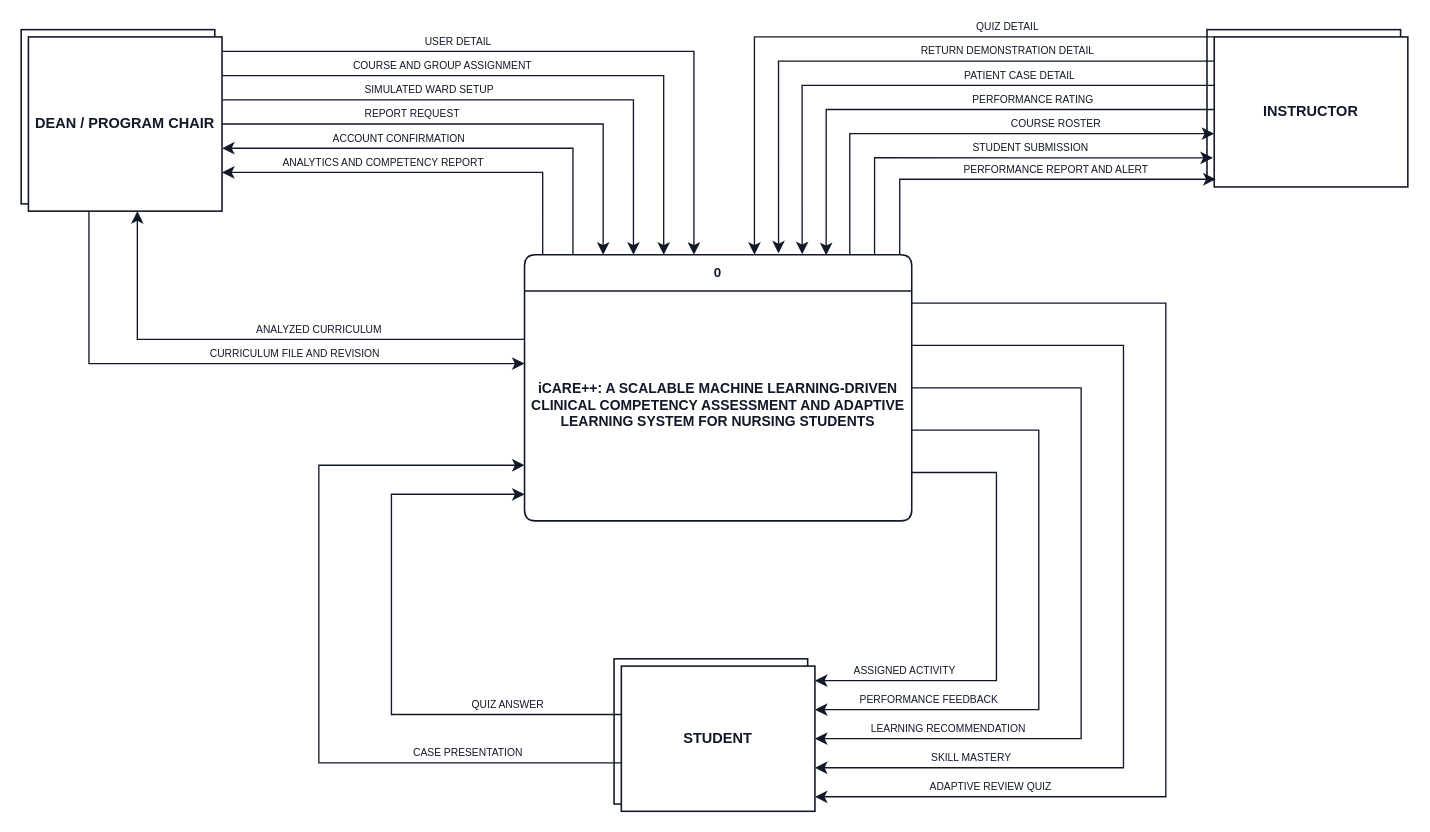
Earlier version of the draw.io diagram docs/diagrams/context-diagram.drawio (mdk-zero/icare). Source tidied: cells renumbered, new cells numbered last; positions are measured from the earlier drawing's top-left corner, leaving out a move shared by most shapes. Both pictures are drawn from the tidied source at 121%, with x=0, y=0 at pixel (21, 29).
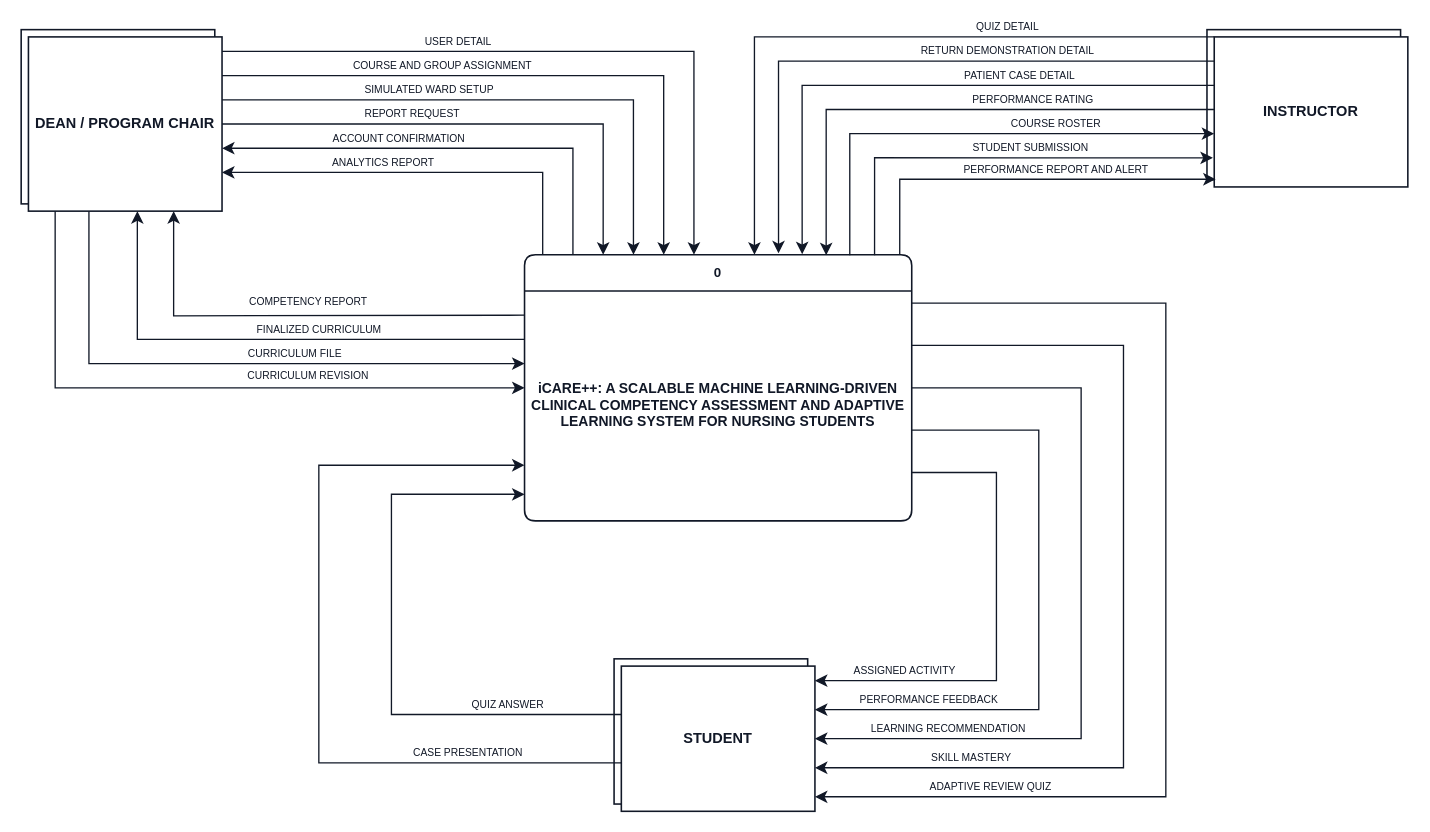
The same page after the edit.

Commit message (it also covers changes not shown here):
diagram revisions

The change refers to these unchanged cells:
```xml
<mxCell id="2" value="0" style="swimlane;rounded=1;arcSize=10;startSize=30;html=1;whiteSpace=wrap;fillColor=#ffffff;swimlaneFillColor=#ffffff;strokeColor=#111827;strokeWidth=1.3;fontSize=11;fontStyle=1;fontColor=#111827;fontFamily=Helvetica;" parent="1" vertex="1">
  <mxGeometry x="416" y="186" width="320" height="220" as="geometry" />
</mxCell>
<mxCell id="6" value="DEAN / PROGRAM CHAIR" style="rounded=0;html=1;whiteSpace=wrap;fillColor=#ffffff;strokeColor=#111827;strokeWidth=1.3;fontFamily=Helvetica;fontSize=12;fontStyle=1;fontColor=#111827;" parent="4" vertex="1">
  <mxGeometry x="6" y="6" width="160" height="144" as="geometry" />
</mxCell>
```

What changed in the source:
```diff
@@
-    <mxCell id="18" value="ANALYTICS AND COMPETENCY REPORT" style="edgeStyle=orthogonalEdgeStyle;rounded=0;html=1;jumpStyle=arc;jumpSize=9;strokeColor=#111827;strokeWidth=1.1;endArrow=classic;endFill=1;endSize=7;fontSize=8.5;fontColor=#111827;labelBackgroundColor=#ffffff;fontFamily=Helvetica;exitX=0.0469;exitY=0;exitDx=0;exitDy=0;entryX=1;entryY=0.7778;entryDx=0;entryDy=0;" parent="1" edge="1" source="2" target="6">
+    <mxCell id="18" value="ANALYTICS REPORT" style="edgeStyle=orthogonalEdgeStyle;rounded=0;html=1;jumpStyle=arc;jumpSize=9;strokeColor=#111827;strokeWidth=1.1;endArrow=classic;endFill=1;endSize=7;fontSize=8.5;fontColor=#111827;labelBackgroundColor=#ffffff;fontFamily=Helvetica;exitX=0.0469;exitY=0;exitDx=0;exitDy=0;entryX=1;entryY=0.7778;entryDx=0;entryDy=0;" parent="1" edge="1" source="2" target="6">
       <mxGeometry x="0.2" relative="1" as="geometry">
         <Array as="points">
           <mxPoint x="431" y="118" />
         </Array>
         <mxPoint y="-8" as="offset" />
       </mxGeometry>
     </mxCell>
@@
-    <mxCell id="33" value="CURRICULUM FILE AND REVISION" style="edgeStyle=orthogonalEdgeStyle;rounded=0;html=1;jumpStyle=arc;jumpSize=9;strokeColor=#111827;strokeWidth=1.1;endArrow=classic;endFill=1;endSize=7;fontSize=8.5;fontColor=#111827;labelBackgroundColor=#ffffff;fontFamily=Helvetica;exitX=0.3125;exitY=1.0;exitDx=0;exitDy=0;entryX=0.0;entryY=0.4091;entryDx=0;entryDy=0;" parent="1" edge="1" source="6" target="2">
+    <mxCell id="33" value="CURRICULUM FILE" style="edgeStyle=orthogonalEdgeStyle;rounded=0;html=1;jumpStyle=arc;jumpSize=9;strokeColor=#111827;strokeWidth=1.1;endArrow=classic;endFill=1;endSize=7;fontSize=8.5;fontColor=#111827;labelBackgroundColor=#ffffff;fontFamily=Helvetica;exitX=0.3125;exitY=1.0;exitDx=0;exitDy=0;entryX=0.0;entryY=0.4091;entryDx=0;entryDy=0;" parent="1" edge="1" source="6" target="2">
       <mxGeometry x="0.22" relative="1" as="geometry">
         <Array as="points">
           <mxPoint x="56" y="276" />
         </Array>
         <mxPoint y="-8" as="offset" />
       </mxGeometry>
     </mxCell>
-    <mxCell id="34" value="ANALYZED CURRICULUM" style="edgeStyle=orthogonalEdgeStyle;rounded=0;html=1;jumpStyle=arc;jumpSize=9;strokeColor=#111827;strokeWidth=1.1;endArrow=classic;endFill=1;endSize=7;fontSize=8.5;fontColor=#111827;labelBackgroundColor=#ffffff;fontFamily=Helvetica;exitX=0.0;exitY=0.3182;exitDx=0;exitDy=0;entryX=0.5625;entryY=1.0;entryDx=0;entryDy=0;" parent="1" edge="1" source="2" target="6">
+    <mxCell id="34" value="FINALIZED CURRICULUM" style="edgeStyle=orthogonalEdgeStyle;rounded=0;html=1;jumpStyle=arc;jumpSize=9;strokeColor=#111827;strokeWidth=1.1;endArrow=classic;endFill=1;endSize=7;fontSize=8.5;fontColor=#111827;labelBackgroundColor=#ffffff;fontFamily=Helvetica;exitX=0.0;exitY=0.3182;exitDx=0;exitDy=0;entryX=0.5625;entryY=1.0;entryDx=0;entryDy=0;" parent="1" edge="1" source="2" target="6">
       <mxGeometry x="-0.2" relative="1" as="geometry">
         <Array as="points">
           <mxPoint x="96" y="256" />
         </Array>
         <mxPoint y="-8" as="offset" />
       </mxGeometry>
     </mxCell>
+    <mxCell id="35" value="CURRICULUM REVISION" style="edgeStyle=orthogonalEdgeStyle;rounded=0;html=1;jumpStyle=arc;jumpSize=9;strokeColor=#111827;strokeWidth=1.1;endArrow=classic;endFill=1;endSize=7;fontSize=8.5;fontColor=#111827;labelBackgroundColor=#ffffff;fontFamily=Helvetica;exitX=0.138;exitY=1;exitDx=0;exitDy=0;exitPerimeter=0;entryX=0;entryY=0.5;entryDx=0;entryDy=0;" parent="1" edge="1" source="6" target="2">
+      <mxGeometry x="0.33" y="10" relative="1" as="geometry">
+        <Array as="points">
+          <mxPoint x="28.1" y="296" />
+        </Array>
+      </mxGeometry>
+    </mxCell>
+    <mxCell id="36" value="COMPETENCY REPORT" style="edgeStyle=orthogonalEdgeStyle;rounded=0;html=1;jumpStyle=arc;jumpSize=9;strokeColor=#111827;strokeWidth=1.1;endArrow=classic;endFill=1;endSize=7;fontSize=8.5;fontColor=#111827;labelBackgroundColor=#ffffff;fontFamily=Helvetica;entryX=0.75;entryY=1;entryDx=0;entryDy=0;" parent="1" edge="1" target="6">
+      <mxGeometry x="-0.05" y="-11" relative="1" as="geometry">
+        <mxPoint x="416" y="236" as="sourcePoint" />
+      </mxGeometry>
+    </mxCell>
```
